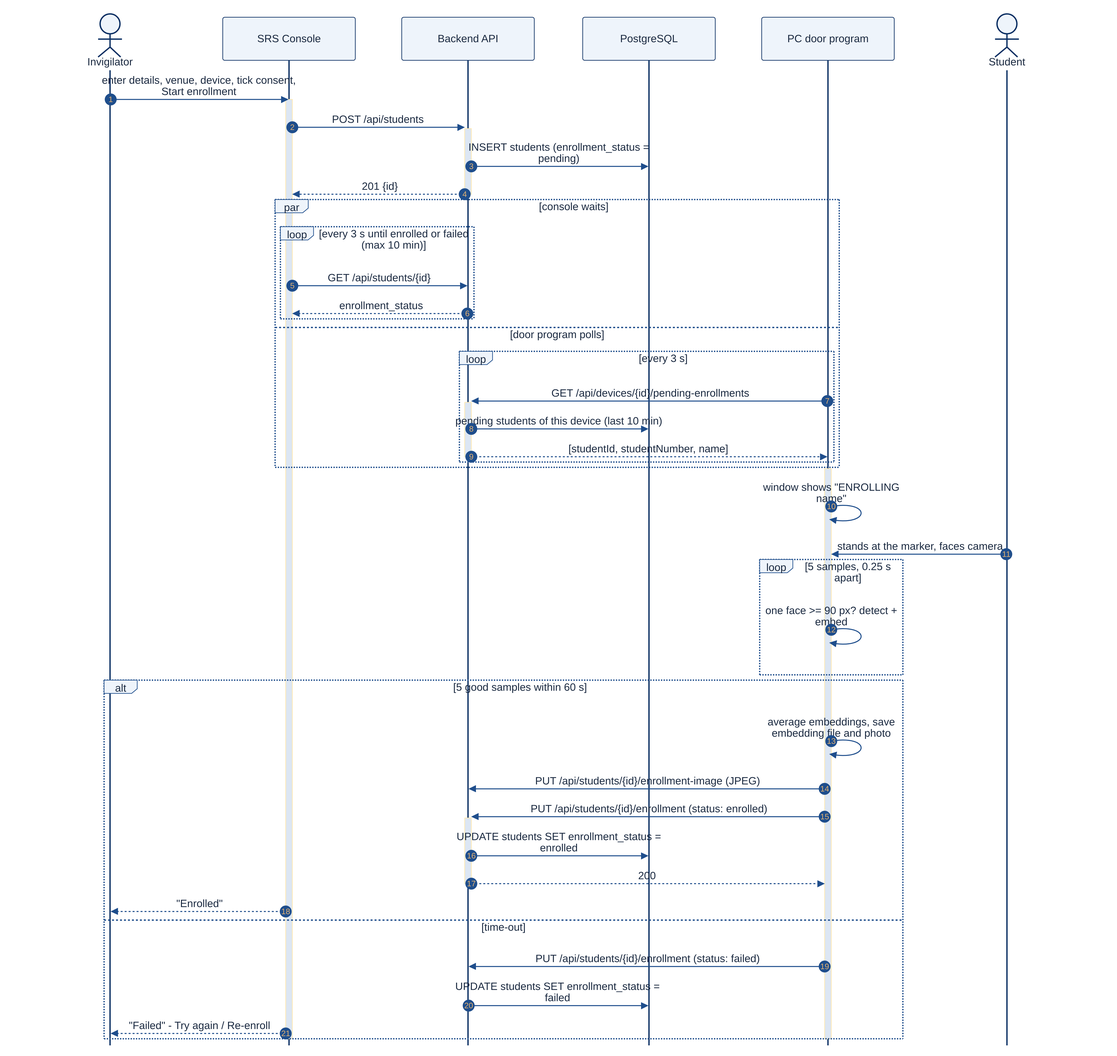
Above: docs_out/figures/mermaid/seq_enrol.png in TebogoClifford/Smart_Registration_System (Mermaid), before the change. Its source is kept beside it as docs_out/figures/mermaid/src/seq_enrol.mmd. The source it was exported from:
```mermaid
sequenceDiagram
    autonumber
    actor I as Invigilator
    participant UI as SRS Console
    participant API as Backend API
    participant DB as PostgreSQL
    participant PC as PC door program
    actor S as Student
    I->>UI: enter details, venue, device, tick consent, Start enrollment
    activate UI
    UI->>+API: POST /api/students
    API->>DB: INSERT students (enrollment_status = pending)
    API-->>-UI: 201 {id}
    par console waits
        loop every 3 s until enrolled or failed (max 10 min)
            UI->>API: GET /api/students/{id}
            API-->>UI: enrollment_status
        end
    and door program polls
        loop every 3 s
            PC->>+API: GET /api/devices/{id}/pending-enrollments
            API->>DB: pending students of this device (last 10 min)
            API-->>-PC: [studentId, studentNumber, name]
        end
    end
    activate PC
    PC->>PC: window shows "ENROLLING name"
    S->>PC: stands at the marker, faces camera
    loop 5 samples, 0.25 s apart
        PC->>PC: one face >= 90 px? detect + embed
    end
    alt 5 good samples within 60 s
        PC->>PC: average embeddings, save embedding file and photo
        PC->>API: PUT /api/students/{id}/enrollment-image (JPEG)
        PC->>+API: PUT /api/students/{id}/enrollment (status: enrolled)
        API->>DB: UPDATE students SET enrollment_status = enrolled
        API-->>-PC: 200
        UI-->>I: "Enrolled"
    else time-out
        PC->>API: PUT /api/students/{id}/enrollment (status: failed)
        API->>DB: UPDATE students SET enrollment_status = failed
        UI-->>I: "Failed" - Try again / Re-enroll
    end
    deactivate PC
    deactivate UI
```
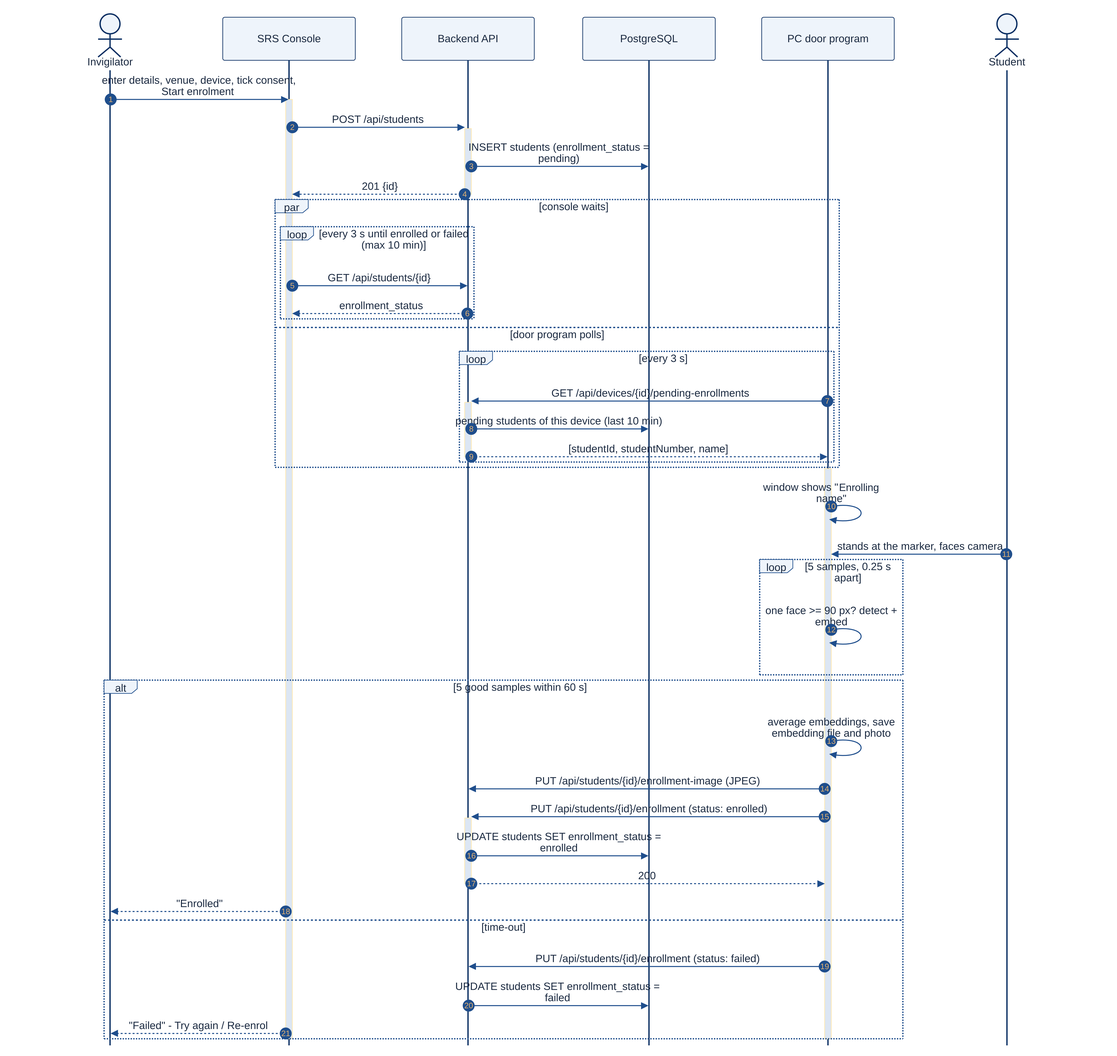
Later version of the same file.

What changed in the source:
```diff
@@ -6,7 +6,7 @@
     participant DB as PostgreSQL
     participant PC as PC door program
     actor S as Student
-    I->>UI: enter details, venue, device, tick consent, Start enrollment
+    I->>UI: enter details, venue, device, tick consent, Start enrolment
     activate UI
     UI->>+API: POST /api/students
     API->>DB: INSERT students (enrollment_status = pending)
@@ -24,7 +24,7 @@
         end
     end
     activate PC
-    PC->>PC: window shows "ENROLLING name"
+    PC->>PC: window shows "Enrolling name"
     S->>PC: stands at the marker, faces camera
     loop 5 samples, 0.25 s apart
         PC->>PC: one face >= 90 px? detect + embed
@@ -39,7 +39,7 @@
     else time-out
         PC->>API: PUT /api/students/{id}/enrollment (status: failed)
         API->>DB: UPDATE students SET enrollment_status = failed
-        UI-->>I: "Failed" - Try again / Re-enroll
+        UI-->>I: "Failed" - Try again / Re-enrol
     end
     deactivate PC
     deactivate UI
```
